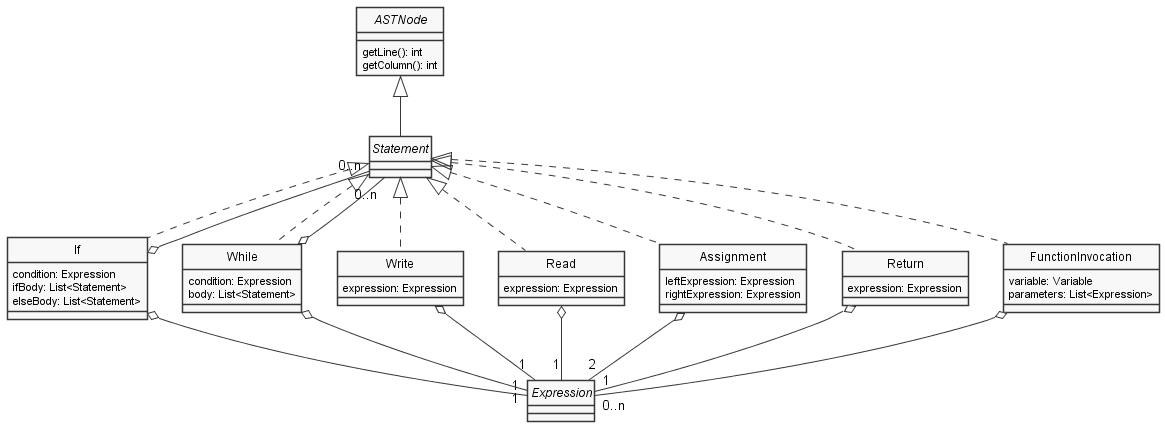
Before: docs/diagrams/Statements.png, a diagram exported from PlantUML (Diecaal/Elixir-Compiler).
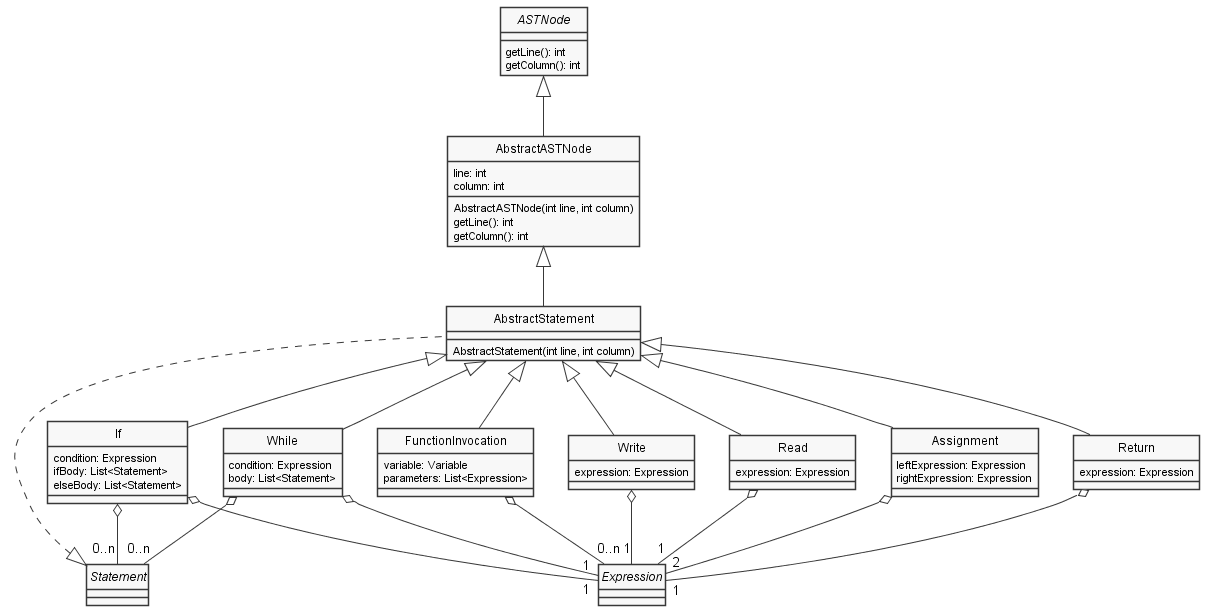
After the commit.

Commit message:
Abstract Statement

Change to the diagram source:
```diff
@@ -8,7 +8,20 @@
     getColumn(): int
 }
 
+class AbstractASTNode {
+    AbstractASTNode(int line, int column)
+    getLine(): int
+    getColumn(): int
+    line: int
+    column: int
+}
+
 interface Statement
+
+class AbstractStatement {
+    AbstractStatement(int line, int column)
+}
+
 interface Expression
 
 class If {
@@ -44,14 +57,19 @@
     parameters: List<Expression>
 }
 
-ASTNode <|-- Statement
-Statement <|.. If
-Statement <|.. While
-Statement <|.. Write
-Statement <|.. Read
-Statement <|.. Assignment
-Statement <|.. Return
-Statement <|.. FunctionInvocation
+ASTNode <|-- AbstractASTNode
+
+AbstractASTNode <|-- AbstractStatement
+
+Statement <|.. AbstractStatement
+
+AbstractStatement <|-- If
+AbstractStatement <|-- While
+AbstractStatement <|-- Write
+AbstractStatement <|-- Read
+AbstractStatement <|-- Assignment
+AbstractStatement <|-- Return
+AbstractStatement <|-- FunctionInvocation
 
 If o-- "1" Expression
 While o-- "1" Expression
```
